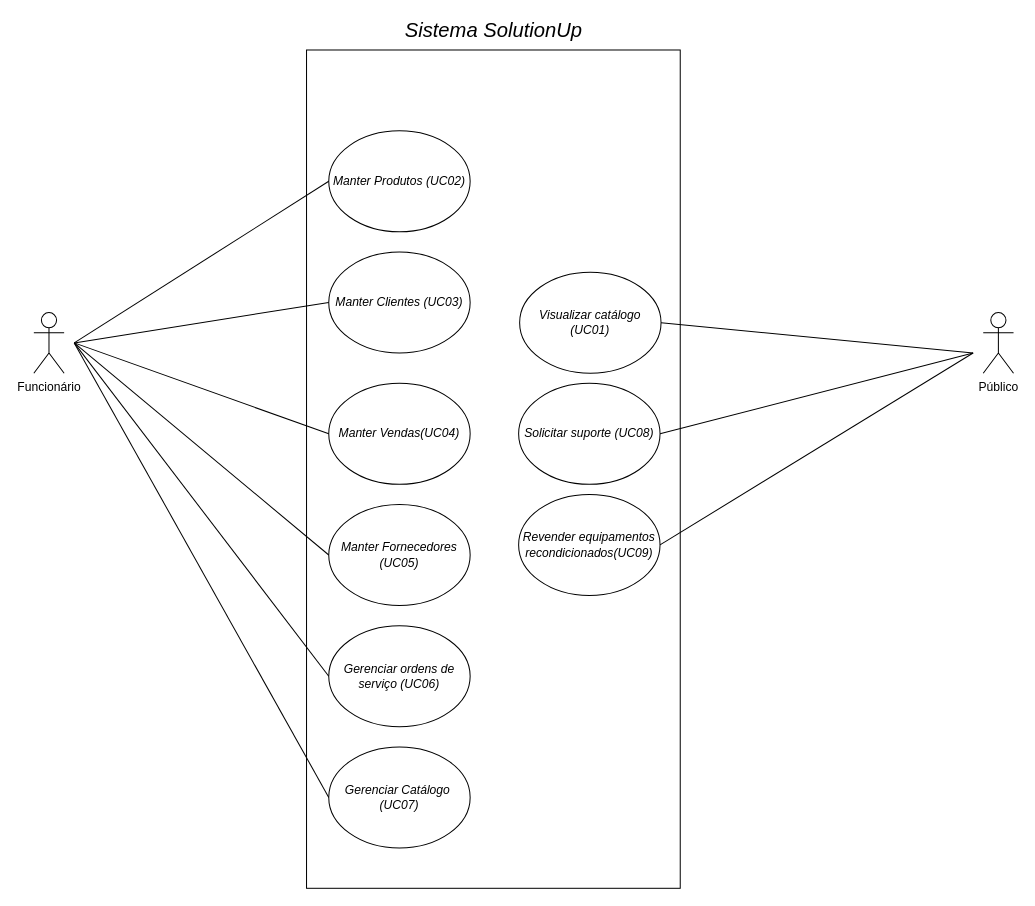
Before: 29-Mapeamento de Atores e Diagrama de Casos de Uso do Subsistema/SolutionUp_Diagrama de UCs.drawio in emersonsoaresdasilva/projeto-ope, a draw.io diagram. Source tidied: cells renumbered, new cells numbered last; positions are measured from the earlier drawing's top-left corner, leaving out a move shared by most shapes. Both pictures are drawn from the tidied source at 101%, with x=0, y=0 at pixel (33, 19).
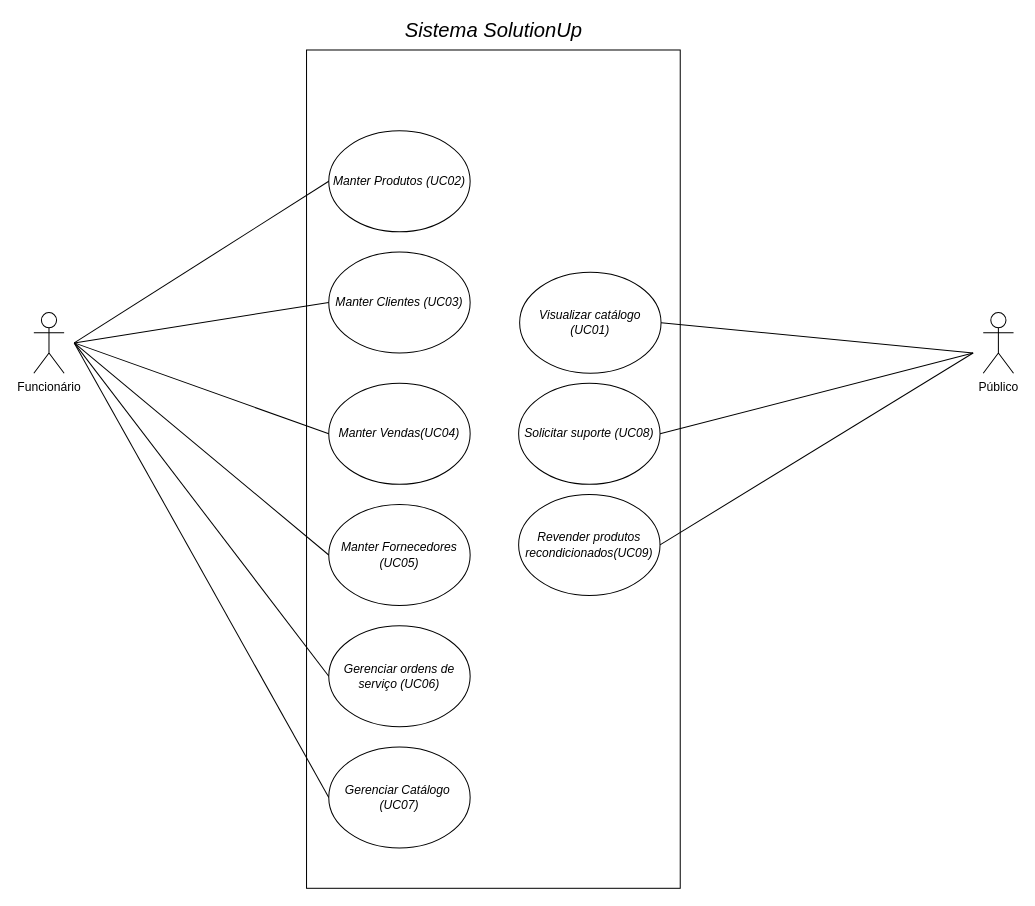
Above is the later version.

Commit message (it also covers changes not shown here):
Atualização do casos de uso Revender...

The edit, as a diff of the source:
```diff
@@
-    <mxCell id="12" value="Revender equipamentos recondicionados(UC09)" style="ellipse;whiteSpace=wrap;html=1;fontStyle=2;" parent="1" vertex="1">
+    <mxCell id="12" value="Revender produtos recondicionados(UC09)" style="ellipse;whiteSpace=wrap;html=1;fontStyle=2;" parent="1" vertex="1">
       <mxGeometry x="480" y="470" width="140" height="100" as="geometry" />
     </mxCell>
```
